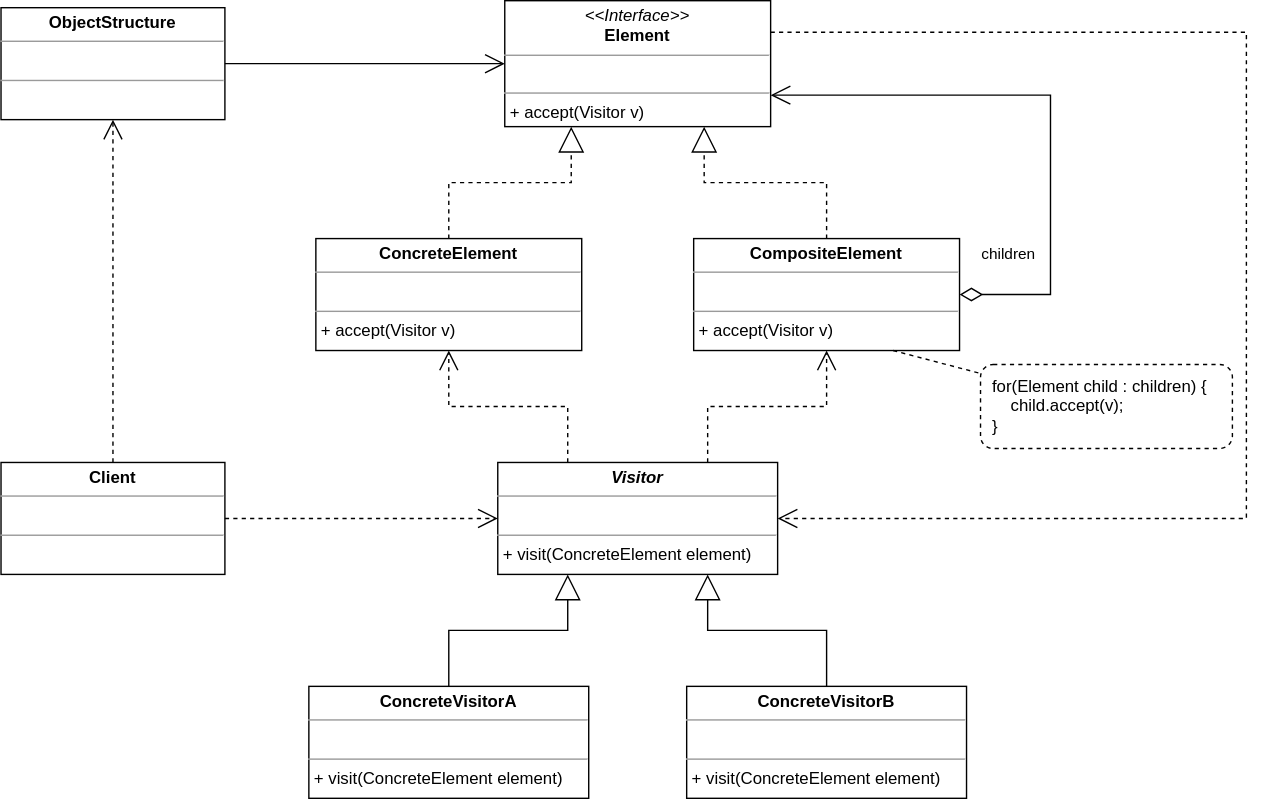
ustargaze/til keeps this draw.io diagram as 设计模式/assets/composite-visitor-pattern.svg. Above is the earlier version. Source tidied: cells renumbered, new cells last; positions are measured from the earlier drawing's top-left corner, leaving out a move shared by most shapes.
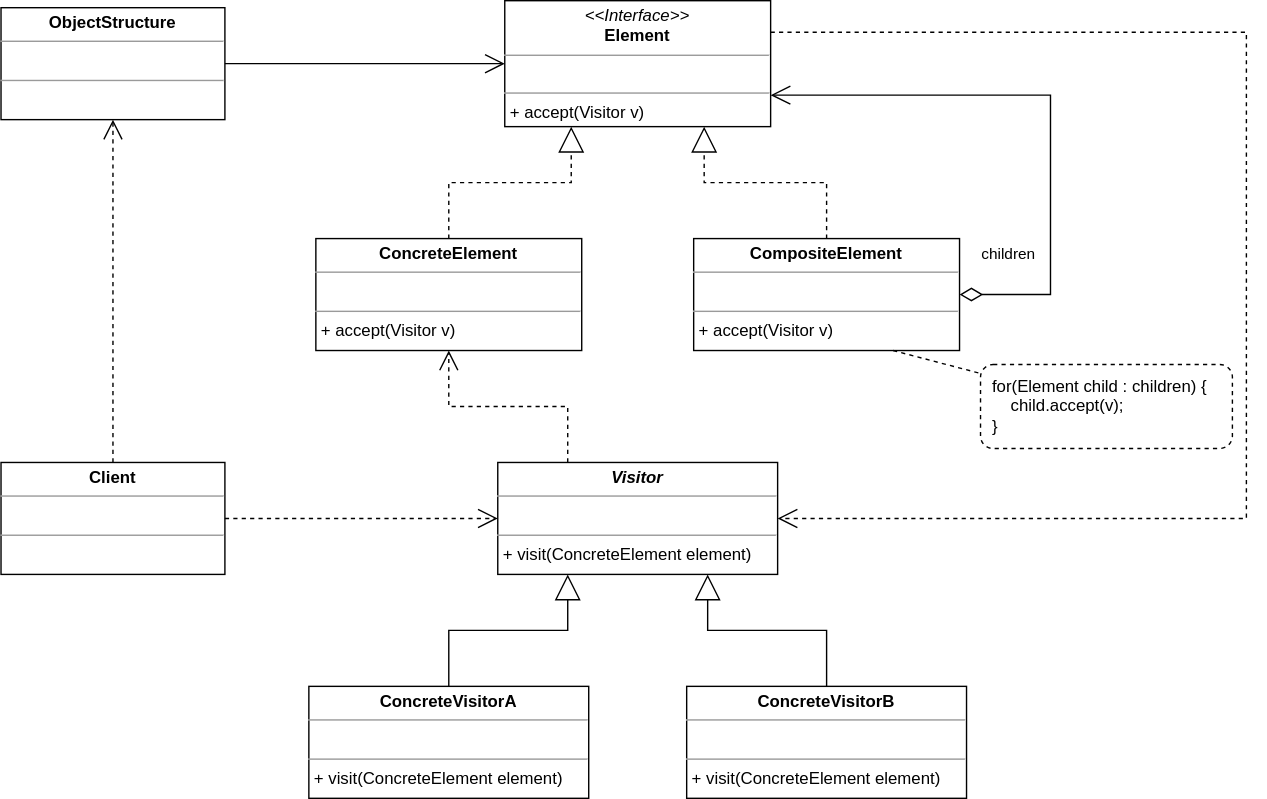
After the commit.

Commit message:
修改组合访问者模式的类图

What changed in the source:
```diff
@@ -64,9 +64,6 @@
     <mxCell id="20" style="endArrow=open;endSize=12;dashed=1;html=1;rounded=0;entryX=0.5;entryY=1;entryDx=0;entryDy=0;exitX=0.25;exitY=0;exitDx=0;exitDy=0;edgeStyle=orthogonalEdgeStyle;" parent="1" edge="1" source="2" target="8">
       <mxGeometry relative="1" as="geometry" />
     </mxCell>
-    <mxCell id="21" style="endArrow=open;endSize=12;dashed=1;html=1;rounded=0;entryX=0.5;entryY=1;entryDx=0;entryDy=0;exitX=0.75;exitY=0;exitDx=0;exitDy=0;edgeStyle=orthogonalEdgeStyle;" parent="1" edge="1" source="2" target="9">
-      <mxGeometry relative="1" as="geometry" />
-    </mxCell>
     <mxCell id="22" style="endArrow=open;endSize=12;dashed=1;html=1;rounded=0;entryX=1;entryY=0.5;entryDx=0;entryDy=0;exitX=1;exitY=0.25;exitDx=0;exitDy=0;edgeStyle=orthogonalEdgeStyle;" parent="1" edge="1" source="7" target="2">
       <mxGeometry relative="1" as="geometry">
         <Array as="points">
```
